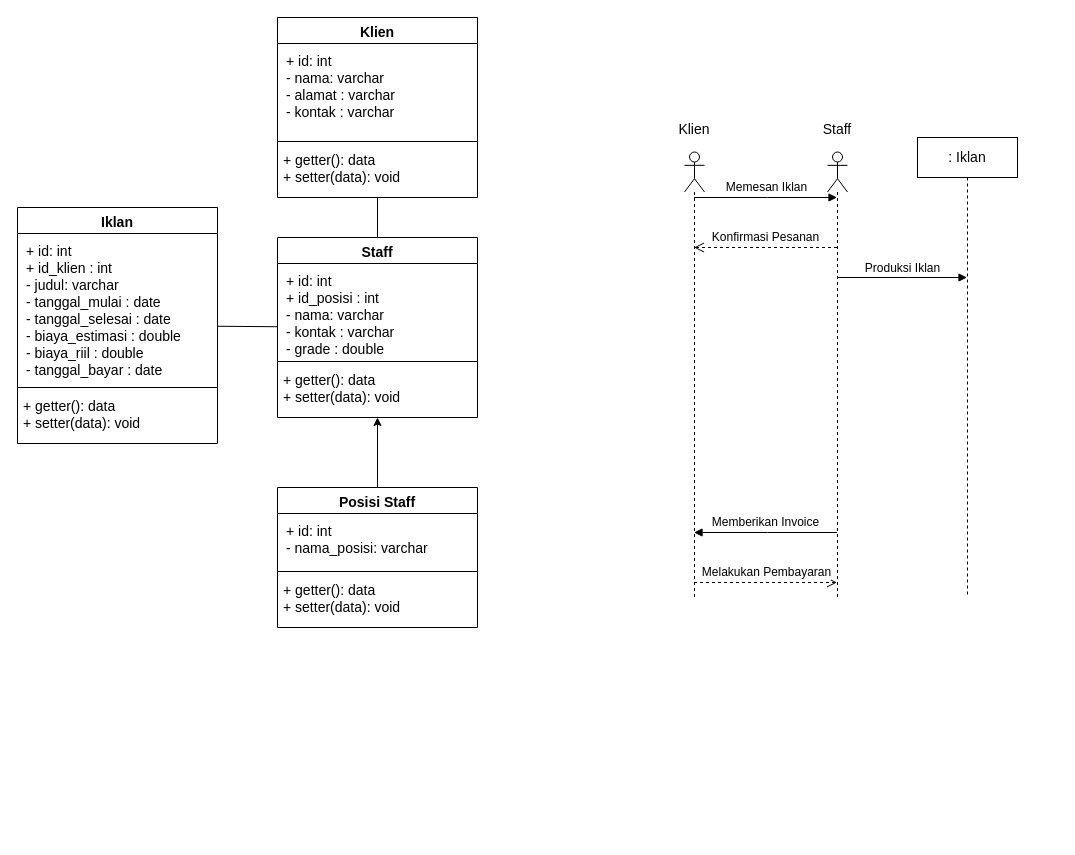
ahmrh/diagrams.net keeps this draw.io diagram as prakAPS.drawio. Above is the earlier version. Source tidied: cells renumbered, new cells numbered last; positions are measured from the earlier drawing's top-left corner, leaving out a move shared by most shapes. Both pictures are drawn from the tidied source at 100%, with x=0, y=0 at pixel (17, 17).
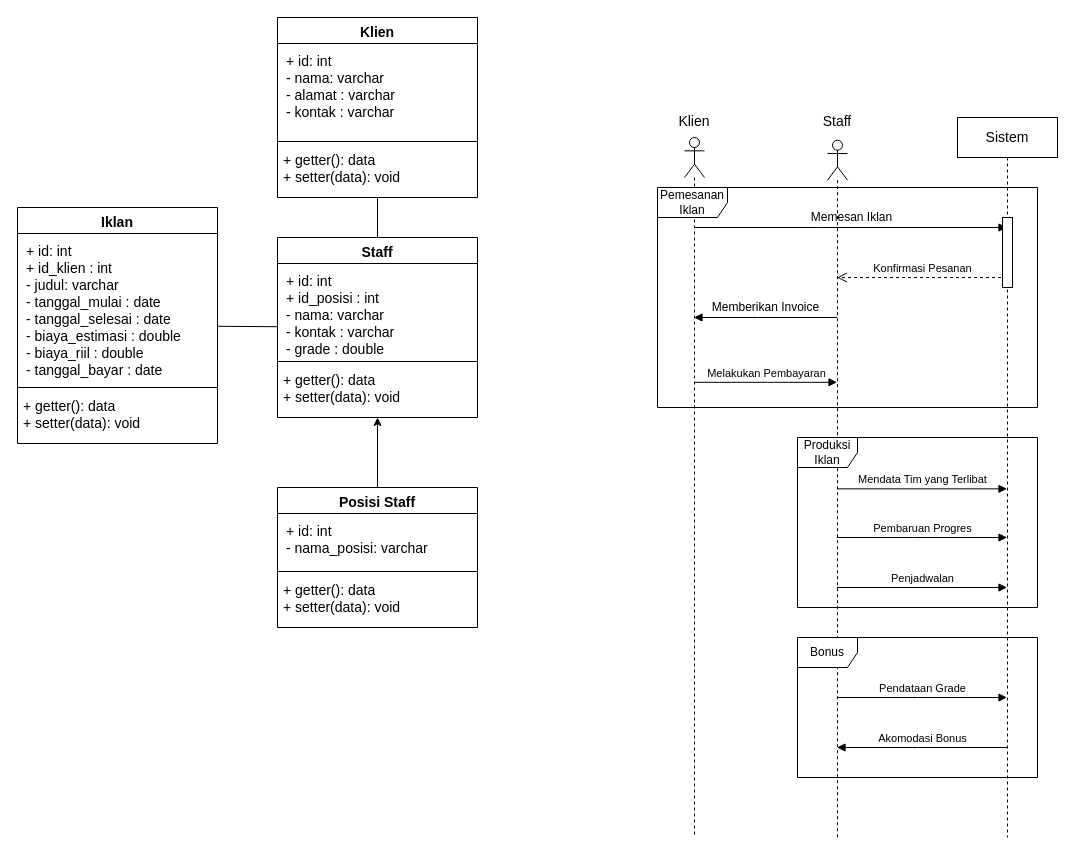
The same diagram, later.

Change to the diagram source:
```diff
@@
-    <mxCell id="21" value=": Iklan" style="shape=umlLifeline;perimeter=lifelinePerimeter;whiteSpace=wrap;html=1;outlineConnect=0;fontSize=14;" parent="1" vertex="1">
-      <mxGeometry x="900" y="120" width="100" height="460" as="geometry" />
+    <mxCell id="21" value="Sistem" style="shape=umlLifeline;perimeter=lifelinePerimeter;whiteSpace=wrap;html=1;outlineConnect=0;fontSize=14;" parent="1" vertex="1">
+      <mxGeometry x="940" y="100" width="100" height="720" as="geometry" />
     </mxCell>
-    <mxCell id="22" style="group;" parent="1" vertex="1">
-      <mxGeometry x="790" y="90" width="60" height="490" as="geometry" />
-    </mxCell>
-    <mxCell id="23" style="shape=umlLifeline;participant=umlActor;perimeter=lifelinePerimeter;whiteSpace=wrap;html=1;verticalAlign=top;spacingTop=36;outlineConnect=0;fontSize=14;" parent="22" vertex="1">
-      <mxGeometry x="20" y="44.5" width="20" height="445.5" as="geometry" />
-    </mxCell>
-    <mxCell id="24" value="Staff" style="text;html=1;strokeColor=none;fillColor=none;align=center;verticalAlign=middle;whiteSpace=wrap;rounded=0;fontSize=14;" parent="22" vertex="1">
-      <mxGeometry width="60" height="44.5" as="geometry" />
-    </mxCell>
     <mxCell id="25" style="group;" parent="1" vertex="1">
-      <mxGeometry x="647" y="90" width="60" height="490" as="geometry" />
+      <mxGeometry x="647" y="50" width="60" height="770" as="geometry" />
     </mxCell>
     <mxCell id="26" style="shape=umlLifeline;participant=umlActor;perimeter=lifelinePerimeter;whiteSpace=wrap;html=1;verticalAlign=top;spacingTop=36;outlineConnect=0;fontSize=14;" parent="25" vertex="1">
-      <mxGeometry x="20" y="44.5" width="20" height="445.5" as="geometry" />
+      <mxGeometry x="20" y="70" width="20" height="700" as="geometry" />
     </mxCell>
     <mxCell id="27" value="Klien" style="text;html=1;strokeColor=none;fillColor=none;align=center;verticalAlign=middle;whiteSpace=wrap;rounded=0;fontSize=14;" parent="25" vertex="1">
-      <mxGeometry width="60" height="44.5" as="geometry" />
+      <mxGeometry y="38.6" width="60" height="31.4" as="geometry" />
     </mxCell>
-    <mxCell id="28" style="group;" parent="1" vertex="1">
-      <mxGeometry x="740" y="515" width="10" height="50" as="geometry" />
-    </mxCell>
+    <mxCell id="33" value="&lt;font style=&quot;font-size: 12px&quot;&gt;Memesan Iklan&lt;/font&gt;" style="html=1;verticalAlign=bottom;endArrow=block;rounded=0;fontSize=14;" parent="1" edge="1" source="26" target="21">
+      <mxGeometry relative="1" as="geometry">
+        <Array as="points">
+          <mxPoint x="800" y="210" />
+        </Array>
+      </mxGeometry>
+    </mxCell>
+    <mxCell id="34" value="Konfirmasi Pesanan" style="html=1;verticalAlign=bottom;endArrow=open;dashed=1;endSize=8;rounded=0;" parent="1" edge="1" source="21" target="23">
+      <mxGeometry relative="1" as="geometry">
+        <Array as="points">
+          <mxPoint x="900" y="260" />
+        </Array>
+      </mxGeometry>
+    </mxCell>
+    <mxCell id="35" value="Pemesanan Iklan" style="shape=umlFrame;whiteSpace=wrap;html=1;width=70;height=30;" parent="1" vertex="1">
+      <mxGeometry x="640" y="170" width="380" height="220" as="geometry" />
+    </mxCell>
+    <mxCell id="23" style="shape=umlLifeline;participant=umlActor;perimeter=lifelinePerimeter;whiteSpace=wrap;html=1;verticalAlign=top;spacingTop=36;outlineConnect=0;fontSize=14;" parent="1" vertex="1">
+      <mxGeometry x="810" y="122.7" width="20" height="697.3" as="geometry" />
+    </mxCell>
+    <mxCell id="24" value="Staff" style="text;html=1;strokeColor=none;fillColor=none;align=center;verticalAlign=middle;whiteSpace=wrap;rounded=0;fontSize=14;" parent="1" vertex="1">
+      <mxGeometry x="790" y="90.9" width="60" height="25.9" as="geometry" />
+    </mxCell>
+    <mxCell id="36" style="group;" parent="1" vertex="1">
+      <mxGeometry x="740" y="300" width="10" height="64.8" as="geometry" />
+    </mxCell>
-    <mxCell id="29" value="&lt;font style=&quot;font-size: 12px&quot;&gt;Memberikan Invoice&lt;/font&gt;" style="html=1;verticalAlign=bottom;endArrow=block;rounded=0;fontSize=14;" parent="28" edge="1" source="23" target="26">
+    <mxCell id="29" value="&lt;font style=&quot;font-size: 12px&quot;&gt;Memberikan Invoice&lt;/font&gt;" style="html=1;verticalAlign=bottom;endArrow=block;rounded=0;fontSize=14;" parent="36" edge="1" source="23" target="26">
       <mxGeometry relative="1" as="geometry">
         <Array as="points">
-          <mxPoint x="10" />
+          <mxPoint />
         </Array>
       </mxGeometry>
     </mxCell>
-    <mxCell id="30" value="&lt;font style=&quot;font-size: 12px&quot;&gt;Melakukan Pembayaran&lt;/font&gt;" style="html=1;verticalAlign=bottom;endArrow=open;dashed=1;endSize=8;rounded=0;fontSize=14;" parent="28" edge="1" source="26" target="23">
+    <mxCell id="30" value="Melakukan Pembayaran" style="html=1;verticalAlign=bottom;endArrow=block;rounded=0;" parent="36" edge="1" source="26" target="23">
       <mxGeometry relative="1" as="geometry">
         <Array as="points">
-          <mxPoint y="50" />
+          <mxPoint x="10" y="64.8" />
         </Array>
       </mxGeometry>
     </mxCell>
+    <mxCell id="37" style="html=1;perimeter=orthogonalPerimeter;" parent="1" vertex="1">
+      <mxGeometry x="985" y="200" width="10" height="70" as="geometry" />
+    </mxCell>
+    <mxCell id="38" value="Mendata Tim yang Terlibat" style="html=1;verticalAlign=bottom;endArrow=block;rounded=0;" parent="1" edge="1" source="23" target="21">
+      <mxGeometry relative="1" as="geometry" />
+    </mxCell>
+    <mxCell id="39" value="Pembaruan Progres" style="html=1;verticalAlign=bottom;endArrow=block;rounded=0;" parent="1" edge="1" source="23" target="21">
+      <mxGeometry relative="1" as="geometry">
+        <Array as="points">
+          <mxPoint x="896" y="520" />
+        </Array>
+      </mxGeometry>
+    </mxCell>
+    <mxCell id="40" value="Penjadwalan" style="html=1;verticalAlign=bottom;endArrow=block;rounded=0;" parent="1" edge="1" source="23" target="21">
+      <mxGeometry relative="1" as="geometry">
+        <Array as="points">
+          <mxPoint x="901.5" y="570" />
+        </Array>
+      </mxGeometry>
+    </mxCell>
-    <mxCell id="31" value="Produksi Iklan" style="html=1;verticalAlign=bottom;endArrow=block;rounded=0;fontSize=12;" parent="1" edge="1" source="23" target="21">
-      <mxGeometry relative="1" as="geometry">
-        <Array as="points">
-          <mxPoint x="890" y="260" />
-        </Array>
-      </mxGeometry>
+    <mxCell id="31" value="Produksi Iklan" style="shape=umlFrame;whiteSpace=wrap;html=1;" parent="1" vertex="1">
+      <mxGeometry x="780" y="420" width="240" height="170" as="geometry" />
     </mxCell>
-    <mxCell id="32" style="group;" parent="1" vertex="1">
-      <mxGeometry x="750" y="180" height="50" as="geometry" />
-    </mxCell>
-    <mxCell id="33" value="&lt;font style=&quot;font-size: 12px&quot;&gt;Memesan Iklan&lt;/font&gt;" style="html=1;verticalAlign=bottom;endArrow=block;rounded=0;fontSize=14;" parent="32" edge="1" source="26" target="23">
-      <mxGeometry relative="1" as="geometry">
-        <Array as="points">
-          <mxPoint />
-        </Array>
-      </mxGeometry>
-    </mxCell>
-    <mxCell id="34" value="&lt;font style=&quot;font-size: 12px&quot;&gt;Konfirmasi Pesanan&lt;/font&gt;" style="html=1;verticalAlign=bottom;endArrow=open;dashed=1;endSize=8;rounded=0;fontSize=14;" parent="32" edge="1" source="23" target="26">
-      <mxGeometry relative="1" as="geometry">
-        <Array as="points">
-          <mxPoint y="50" />
-        </Array>
-      </mxGeometry>
-    </mxCell>
+    <mxCell id="41" style="group;" parent="1" vertex="1">
+      <mxGeometry x="900" y="680" width="20" height="50" as="geometry" />
+    </mxCell>
+    <mxCell id="42" style="group;" parent="41" vertex="1">
+      <mxGeometry width="20" height="50" as="geometry" />
+    </mxCell>
+    <mxCell id="43" value="Pendataan Grade" style="html=1;verticalAlign=bottom;endArrow=block;rounded=0;" parent="42" edge="1" source="23" target="21">
+      <mxGeometry relative="1" as="geometry">
+        <Array as="points">
+          <mxPoint />
+        </Array>
+      </mxGeometry>
+    </mxCell>
+    <mxCell id="44" value="Akomodasi Bonus" style="html=1;verticalAlign=bottom;endArrow=block;rounded=0;" parent="42" edge="1" source="21" target="23">
+      <mxGeometry relative="1" as="geometry">
+        <Array as="points">
+          <mxPoint y="50" />
+        </Array>
+      </mxGeometry>
+    </mxCell>
+    <mxCell id="45" value="Bonus" style="shape=umlFrame;whiteSpace=wrap;html=1;" parent="1" vertex="1">
+      <mxGeometry x="780" y="620" width="240" height="140" as="geometry" />
+    </mxCell>
```
